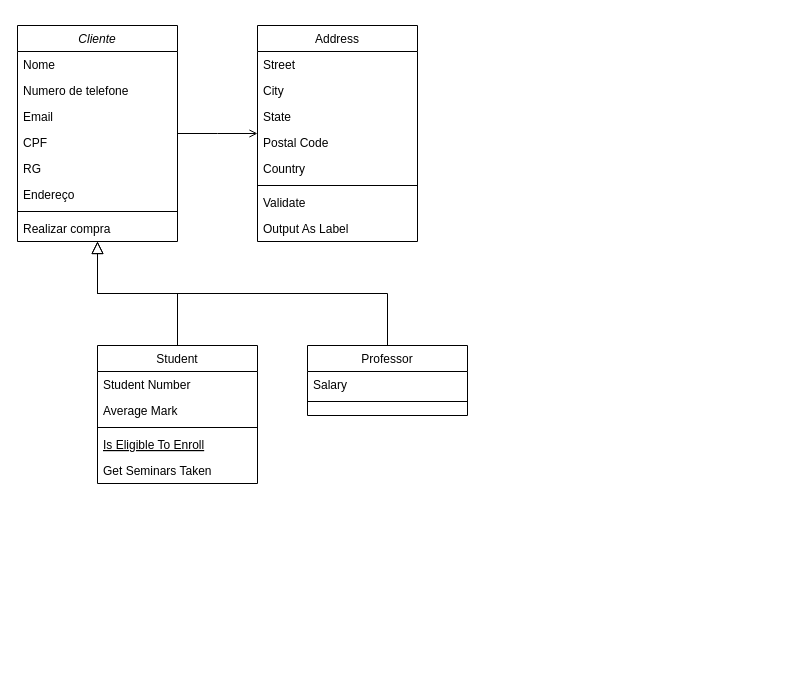
The draw.io diagram docs/Diagrama_de_classes.drawio in vnsrz/MDS-Flux, before the edit. Source tidied: cells renumbered, new cells numbered last; positions are measured from the earlier drawing's top-left corner, leaving out a move shared by most shapes. Both pictures are drawn from the tidied source at 100%, with x=0, y=0 at pixel (17, 25).
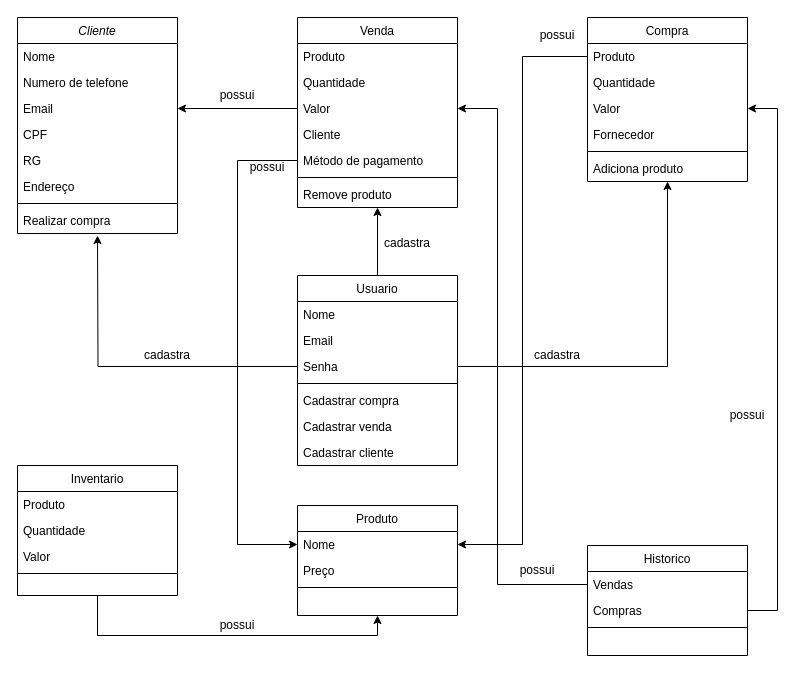
The same diagram, later.

Unchanged cells that the change refers to:
```xml
<mxCell id="5" value="Email" style="text;align=left;verticalAlign=top;spacingLeft=4;spacingRight=4;overflow=hidden;points=[[0,0.5],[1,0.5]];portConstraint=eastwest;rounded=0;shadow=0;html=0;" parent="2" vertex="1">
  <mxGeometry y="78" width="160" height="26" as="geometry" />
</mxCell>
```

What changed in the source:
```diff
@@
     <mxCell id="2" value="Cliente" style="swimlane;fontStyle=2;align=center;verticalAlign=top;horizontal=1;startSize=26;rounded=0;shadow=0;strokeWidth=1;" parent="1" vertex="1">
-      <mxGeometry width="160" height="216" as="geometry" />
+      <mxGeometry y="-8" width="160" height="216" as="geometry" />
     </mxCell>
@@
+    <mxCell id="32" style="edgeStyle=orthogonalEdgeStyle;rounded=0;jettySize=auto;html=1;exitX=0.5;exitY=1;exitDx=0;exitDy=0;entryX=0.5;entryY=1;entryDx=0;entryDy=0;" parent="1" edge="1" source="11" target="22">
+      <mxGeometry relative="1" as="geometry" />
+    </mxCell>
-    <mxCell id="11" value="Student" style="swimlane;fontStyle=0;align=center;verticalAlign=top;horizontal=1;startSize=26;rounded=0;shadow=0;strokeWidth=1;" parent="1" vertex="1">
-      <mxGeometry x="80" y="320" width="160" height="138" as="geometry" />
+    <mxCell id="11" value="Inventario" style="swimlane;fontStyle=0;align=center;verticalAlign=top;horizontal=1;startSize=26;rounded=0;shadow=0;strokeWidth=1;" parent="1" vertex="1">
+      <mxGeometry y="440" width="160" height="130" as="geometry" />
     </mxCell>
-    <mxCell id="12" value="Student Number" style="text;align=left;verticalAlign=top;spacingLeft=4;spacingRight=4;overflow=hidden;" parent="11" vertex="1">
+    <mxCell id="12" value="Produto" style="text;align=left;verticalAlign=top;spacingLeft=4;spacingRight=4;overflow=hidden;" parent="11" vertex="1">
       <mxGeometry y="26" width="160" height="26" as="geometry" />
     </mxCell>
-    <mxCell id="13" value="Average Mark" style="text;align=left;verticalAlign=top;spacingLeft=4;spacingRight=4;overflow=hidden;rounded=0;shadow=0;html=0;" parent="11" vertex="1">
+    <mxCell id="13" value="Quantidade" style="text;align=left;verticalAlign=top;spacingLeft=4;spacingRight=4;overflow=hidden;rounded=0;shadow=0;html=0;" parent="11" vertex="1">
       <mxGeometry y="52" width="160" height="26" as="geometry" />
     </mxCell>
+    <mxCell id="33" value="Valor" style="text;align=left;verticalAlign=top;spacingLeft=4;spacingRight=4;overflow=hidden;rounded=0;shadow=0;html=0;" parent="11" vertex="1">
+      <mxGeometry y="78" width="160" height="26" as="geometry" />
+    </mxCell>
     <mxCell id="14" style="line;html=1;strokeWidth=1;align=left;verticalAlign=middle;spacingTop=-1;spacingLeft=3;spacingRight=3;labelPosition=right;" parent="11" vertex="1">
-      <mxGeometry y="78" width="160" height="8" as="geometry" />
+      <mxGeometry y="104" width="160" height="8" as="geometry" />
     </mxCell>
-    <mxCell id="15" value="Is Eligible To Enroll" style="text;align=left;verticalAlign=top;spacingLeft=4;spacingRight=4;overflow=hidden;fontStyle=4;" parent="11" vertex="1">
-      <mxGeometry y="86" width="160" height="26" as="geometry" />
-    </mxCell>
-    <mxCell id="16" value="Get Seminars Taken" style="text;align=left;verticalAlign=top;spacingLeft=4;spacingRight=4;overflow=hidden;" parent="11" vertex="1">
-      <mxGeometry y="112" width="160" height="26" as="geometry" />
-    </mxCell>
-    <mxCell id="17" style="endArrow=block;endSize=10;endFill=0;shadow=0;strokeWidth=1;rounded=0;edgeStyle=elbowEdgeStyle;elbow=vertical;" parent="1" edge="1" source="11" target="2">
-      <mxGeometry relative="1" as="geometry" />
-    </mxCell>
+    <mxCell id="34" style="edgeStyle=orthogonalEdgeStyle;rounded=0;jettySize=auto;html=1;exitX=0.5;exitY=0;exitDx=0;exitDy=0;entryX=0.5;entryY=1;entryDx=0;entryDy=0;" parent="1" edge="1" source="18" target="41">
+      <mxGeometry relative="1" as="geometry" />
+    </mxCell>
-    <mxCell id="18" value="Professor" style="swimlane;fontStyle=0;align=center;verticalAlign=top;horizontal=1;startSize=26;rounded=0;shadow=0;strokeWidth=1;" parent="1" vertex="1">
-      <mxGeometry x="290" y="320" width="160" height="70" as="geometry" />
+    <mxCell id="18" value="Usuario" style="swimlane;fontStyle=0;align=center;verticalAlign=top;horizontal=1;startSize=26;rounded=0;shadow=0;strokeWidth=1;" parent="1" vertex="1">
+      <mxGeometry x="280" y="250" width="160" height="190" as="geometry" />
     </mxCell>
-    <mxCell id="19" value="Salary" style="text;align=left;verticalAlign=top;spacingLeft=4;spacingRight=4;overflow=hidden;" parent="18" vertex="1">
+    <mxCell id="19" value="Nome" style="text;align=left;verticalAlign=top;spacingLeft=4;spacingRight=4;overflow=hidden;" parent="18" vertex="1">
       <mxGeometry y="26" width="160" height="26" as="geometry" />
     </mxCell>
+    <mxCell id="35" value="Email" style="text;align=left;verticalAlign=top;spacingLeft=4;spacingRight=4;overflow=hidden;" parent="18" vertex="1">
+      <mxGeometry y="52" width="160" height="26" as="geometry" />
+    </mxCell>
+    <mxCell id="36" value="Senha" style="text;align=left;verticalAlign=top;spacingLeft=4;spacingRight=4;overflow=hidden;points=[[0,0.5],[1,0.5]];portConstraint=eastwest;" parent="18" vertex="1">
+      <mxGeometry y="78" width="160" height="26" as="geometry" />
+    </mxCell>
     <mxCell id="20" style="line;html=1;strokeWidth=1;align=left;verticalAlign=middle;spacingTop=-1;spacingLeft=3;spacingRight=3;labelPosition=right;" parent="18" vertex="1">
-      <mxGeometry y="52" width="160" height="8" as="geometry" />
+      <mxGeometry y="104" width="160" height="8" as="geometry" />
     </mxCell>
-    <mxCell id="21" style="endArrow=block;endSize=10;endFill=0;shadow=0;strokeWidth=1;rounded=0;edgeStyle=elbowEdgeStyle;elbow=vertical;" parent="1" edge="1" source="18" target="2">
-      <mxGeometry relative="1" as="geometry" />
-    </mxCell>
+    <mxCell id="37" value="Cadastrar compra" style="text;align=left;verticalAlign=top;spacingLeft=4;spacingRight=4;overflow=hidden;" parent="18" vertex="1">
+      <mxGeometry y="112" width="160" height="26" as="geometry" />
+    </mxCell>
+    <mxCell id="38" value="Cadastrar venda" style="text;align=left;verticalAlign=top;spacingLeft=4;spacingRight=4;overflow=hidden;" parent="18" vertex="1">
+      <mxGeometry y="138" width="160" height="26" as="geometry" />
+    </mxCell>
+    <mxCell id="39" value="Cadastrar cliente" style="text;align=left;verticalAlign=top;spacingLeft=4;spacingRight=4;overflow=hidden;" parent="18" vertex="1">
+      <mxGeometry y="164" width="160" height="26" as="geometry" />
+    </mxCell>
-    <mxCell id="22" value="Address" style="swimlane;fontStyle=0;align=center;verticalAlign=top;horizontal=1;startSize=26;rounded=0;shadow=0;strokeWidth=1;" parent="1" vertex="1">
-      <mxGeometry x="240" width="160" height="216" as="geometry" />
+    <mxCell id="22" value="Produto" style="swimlane;fontStyle=0;align=center;verticalAlign=top;horizontal=1;startSize=26;rounded=0;shadow=0;strokeWidth=1;" parent="1" vertex="1">
+      <mxGeometry x="280" y="480" width="160" height="110" as="geometry" />
     </mxCell>
+    <mxCell id="24" value="Nome" style="text;align=left;verticalAlign=top;spacingLeft=4;spacingRight=4;overflow=hidden;points=[[0,0.5],[1,0.5]];portConstraint=eastwest;rounded=0;shadow=0;html=0;" parent="22" vertex="1">
+      <mxGeometry y="26" width="160" height="26" as="geometry" />
+    </mxCell>
-    <mxCell id="23" value="Street" style="text;align=left;verticalAlign=top;spacingLeft=4;spacingRight=4;overflow=hidden;" parent="22" vertex="1">
-      <mxGeometry y="26" width="160" height="26" as="geometry" />
+    <mxCell id="23" value="Preço" style="text;align=left;verticalAlign=top;spacingLeft=4;spacingRight=4;overflow=hidden;" parent="22" vertex="1">
+      <mxGeometry y="52" width="160" height="26" as="geometry" />
     </mxCell>
-    <mxCell id="24" value="City" style="text;align=left;verticalAlign=top;spacingLeft=4;spacingRight=4;overflow=hidden;points=[[0,0.5],[1,0.5]];portConstraint=eastwest;rounded=0;shadow=0;html=0;" parent="22" vertex="1">
-      <mxGeometry y="52" width="160" height="26" as="geometry" />
-    </mxCell>
-    <mxCell id="25" value="State" style="text;align=left;verticalAlign=top;spacingLeft=4;spacingRight=4;overflow=hidden;rounded=0;shadow=0;html=0;" parent="22" vertex="1">
-      <mxGeometry y="78" width="160" height="26" as="geometry" />
-    </mxCell>
-    <mxCell id="26" value="Postal Code" style="text;align=left;verticalAlign=top;spacingLeft=4;spacingRight=4;overflow=hidden;rounded=0;shadow=0;html=0;" parent="22" vertex="1">
-      <mxGeometry y="104" width="160" height="26" as="geometry" />
-    </mxCell>
-    <mxCell id="27" value="Country" style="text;align=left;verticalAlign=top;spacingLeft=4;spacingRight=4;overflow=hidden;rounded=0;shadow=0;html=0;" parent="22" vertex="1">
-      <mxGeometry y="130" width="160" height="26" as="geometry" />
-    </mxCell>
     <mxCell id="28" style="line;html=1;strokeWidth=1;align=left;verticalAlign=middle;spacingTop=-1;spacingLeft=3;spacingRight=3;labelPosition=right;" parent="22" vertex="1">
-      <mxGeometry y="156" width="160" height="8" as="geometry" />
+      <mxGeometry y="78" width="160" height="8" as="geometry" />
     </mxCell>
-    <mxCell id="29" value="Validate" style="text;align=left;verticalAlign=top;spacingLeft=4;spacingRight=4;overflow=hidden;" parent="22" vertex="1">
-      <mxGeometry y="164" width="160" height="26" as="geometry" />
-    </mxCell>
-    <mxCell id="30" value="Output As Label" style="text;align=left;verticalAlign=top;spacingLeft=4;spacingRight=4;overflow=hidden;" parent="22" vertex="1">
-      <mxGeometry y="190" width="160" height="26" as="geometry" />
-    </mxCell>
-    <mxCell id="31" style="endArrow=open;shadow=0;strokeWidth=1;rounded=0;endFill=1;edgeStyle=elbowEdgeStyle;elbow=vertical;" parent="1" edge="1" source="2" target="22">
-      <mxGeometry x="0.5" y="41" relative="1" as="geometry">
-        <mxPoint x="-40" y="32" as="offset" />
-      </mxGeometry>
-    </mxCell>
+    <mxCell id="40" style="edgeStyle=orthogonalEdgeStyle;rounded=0;jettySize=auto;html=1;exitX=0;exitY=0.5;exitDx=0;exitDy=0;entryX=0;entryY=0.5;entryDx=0;entryDy=0;" parent="1" edge="1" source="46" target="24">
+      <mxGeometry relative="1" as="geometry">
+        <Array as="points">
+          <mxPoint x="220" y="135" />
+          <mxPoint x="220" y="519" />
+        </Array>
+      </mxGeometry>
+    </mxCell>
+    <mxCell id="41" value="Venda" style="swimlane;fontStyle=0;align=center;verticalAlign=top;horizontal=1;startSize=26;rounded=0;shadow=0;strokeWidth=1;" parent="1" vertex="1">
+      <mxGeometry x="280" y="-8" width="160" height="190" as="geometry" />
+    </mxCell>
+    <mxCell id="42" value="Produto" style="text;align=left;verticalAlign=top;spacingLeft=4;spacingRight=4;overflow=hidden;" parent="41" vertex="1">
+      <mxGeometry y="26" width="160" height="26" as="geometry" />
+    </mxCell>
+    <mxCell id="43" value="Quantidade" style="text;align=left;verticalAlign=top;spacingLeft=4;spacingRight=4;overflow=hidden;rounded=0;shadow=0;html=0;" parent="41" vertex="1">
+      <mxGeometry y="52" width="160" height="26" as="geometry" />
+    </mxCell>
+    <mxCell id="44" value="Valor" style="text;align=left;verticalAlign=top;spacingLeft=4;spacingRight=4;overflow=hidden;points=[[0,0.5],[1,0.5]];portConstraint=eastwest;rounded=0;shadow=0;html=0;" parent="41" vertex="1">
+      <mxGeometry y="78" width="160" height="26" as="geometry" />
+    </mxCell>
+    <mxCell id="45" value="Cliente" style="text;align=left;verticalAlign=top;spacingLeft=4;spacingRight=4;overflow=hidden;rounded=0;shadow=0;html=0;" parent="41" vertex="1">
+      <mxGeometry y="104" width="160" height="26" as="geometry" />
+    </mxCell>
+    <mxCell id="46" value="Método de pagamento" style="text;align=left;verticalAlign=top;spacingLeft=4;spacingRight=4;overflow=hidden;points=[[0,0.5],[1,0.5]];portConstraint=eastwest;rounded=0;shadow=0;html=0;" parent="41" vertex="1">
+      <mxGeometry y="130" width="160" height="26" as="geometry" />
+    </mxCell>
+    <mxCell id="47" style="line;html=1;strokeWidth=1;align=left;verticalAlign=middle;spacingTop=-1;spacingLeft=3;spacingRight=3;labelPosition=right;" parent="41" vertex="1">
+      <mxGeometry y="156" width="160" height="8" as="geometry" />
+    </mxCell>
+    <mxCell id="48" value="Remove produto" style="text;align=left;verticalAlign=top;spacingLeft=4;spacingRight=4;overflow=hidden;rounded=0;shadow=0;html=0;" parent="41" vertex="1">
+      <mxGeometry y="164" width="160" height="26" as="geometry" />
+    </mxCell>
+    <mxCell id="49" value="Compra" style="swimlane;fontStyle=0;align=center;verticalAlign=top;horizontal=1;startSize=26;rounded=0;shadow=0;strokeWidth=1;" parent="1" vertex="1">
+      <mxGeometry x="570" y="-8" width="160" height="164" as="geometry" />
+    </mxCell>
+    <mxCell id="50" value="Produto" style="text;align=left;verticalAlign=top;spacingLeft=4;spacingRight=4;overflow=hidden;points=[[0,0.5],[1,0.5]];portConstraint=eastwest;" parent="49" vertex="1">
+      <mxGeometry y="26" width="160" height="26" as="geometry" />
+    </mxCell>
+    <mxCell id="51" value="Quantidade" style="text;align=left;verticalAlign=top;spacingLeft=4;spacingRight=4;overflow=hidden;rounded=0;shadow=0;html=0;" parent="49" vertex="1">
+      <mxGeometry y="52" width="160" height="26" as="geometry" />
+    </mxCell>
+    <mxCell id="52" value="Valor" style="text;align=left;verticalAlign=top;spacingLeft=4;spacingRight=4;overflow=hidden;points=[[0,0.5],[1,0.5]];portConstraint=eastwest;rounded=0;shadow=0;html=0;" parent="49" vertex="1">
+      <mxGeometry y="78" width="160" height="26" as="geometry" />
+    </mxCell>
+    <mxCell id="53" value="Fornecedor" style="text;align=left;verticalAlign=top;spacingLeft=4;spacingRight=4;overflow=hidden;rounded=0;shadow=0;html=0;" parent="49" vertex="1">
+      <mxGeometry y="104" width="160" height="26" as="geometry" />
+    </mxCell>
+    <mxCell id="54" style="line;html=1;strokeWidth=1;align=left;verticalAlign=middle;spacingTop=-1;spacingLeft=3;spacingRight=3;labelPosition=right;" parent="49" vertex="1">
+      <mxGeometry y="130" width="160" height="8" as="geometry" />
+    </mxCell>
+    <mxCell id="55" value="Adiciona produto" style="text;align=left;verticalAlign=top;spacingLeft=4;spacingRight=4;overflow=hidden;rounded=0;shadow=0;html=0;" parent="49" vertex="1">
+      <mxGeometry y="138" width="160" height="26" as="geometry" />
+    </mxCell>
+    <mxCell id="56" style="edgeStyle=orthogonalEdgeStyle;rounded=0;jettySize=auto;html=1;exitX=0;exitY=0.5;exitDx=0;exitDy=0;" parent="1" edge="1" source="36">
+      <mxGeometry relative="1" as="geometry">
+        <mxPoint x="80" y="210" as="targetPoint" />
+      </mxGeometry>
+    </mxCell>
+    <mxCell id="57" value="cadastra" style="text;html=1;strokeColor=none;fillColor=none;align=center;verticalAlign=middle;whiteSpace=wrap;rounded=0;" parent="1" vertex="1">
+      <mxGeometry x="130" y="320" width="40" height="20" as="geometry" />
+    </mxCell>
+    <mxCell id="58" value="cadastra" style="text;html=1;strokeColor=none;fillColor=none;align=center;verticalAlign=middle;whiteSpace=wrap;rounded=0;" parent="1" vertex="1">
+      <mxGeometry x="370" y="208" width="40" height="20" as="geometry" />
+    </mxCell>
+    <mxCell id="59" value="cadastra" style="text;html=1;strokeColor=none;fillColor=none;align=center;verticalAlign=middle;whiteSpace=wrap;rounded=0;" parent="1" vertex="1">
+      <mxGeometry x="520" y="320" width="40" height="20" as="geometry" />
+    </mxCell>
+    <mxCell id="60" style="edgeStyle=orthogonalEdgeStyle;rounded=0;jettySize=auto;html=1;exitX=1;exitY=0.5;exitDx=0;exitDy=0;entryX=1;entryY=0.5;entryDx=0;entryDy=0;" parent="1" edge="1" source="63" target="52">
+      <mxGeometry relative="1" as="geometry">
+        <Array as="points">
+          <mxPoint x="760" y="585" />
+          <mxPoint x="760" y="83" />
+        </Array>
+      </mxGeometry>
+    </mxCell>
+    <mxCell id="61" value="Historico" style="swimlane;fontStyle=0;align=center;verticalAlign=top;horizontal=1;startSize=26;rounded=0;shadow=0;strokeWidth=1;" parent="1" vertex="1">
+      <mxGeometry x="570" y="520" width="160" height="110" as="geometry" />
+    </mxCell>
+    <mxCell id="62" value="Vendas" style="text;align=left;verticalAlign=top;spacingLeft=4;spacingRight=4;overflow=hidden;points=[[0,0.5],[1,0.5]];portConstraint=eastwest;rounded=0;shadow=0;html=0;" parent="61" vertex="1">
+      <mxGeometry y="26" width="160" height="26" as="geometry" />
+    </mxCell>
+    <mxCell id="63" value="Compras" style="text;align=left;verticalAlign=top;spacingLeft=4;spacingRight=4;overflow=hidden;points=[[0,0.5],[1,0.5]];portConstraint=eastwest;" parent="61" vertex="1">
+      <mxGeometry y="52" width="160" height="26" as="geometry" />
+    </mxCell>
+    <mxCell id="64" style="line;html=1;strokeWidth=1;align=left;verticalAlign=middle;spacingTop=-1;spacingLeft=3;spacingRight=3;labelPosition=right;" parent="61" vertex="1">
+      <mxGeometry y="78" width="160" height="8" as="geometry" />
+    </mxCell>
+    <mxCell id="65" style="edgeStyle=orthogonalEdgeStyle;rounded=0;jettySize=auto;html=1;exitX=1;exitY=0.5;exitDx=0;exitDy=0;entryX=0.5;entryY=1;entryDx=0;entryDy=0;" parent="1" edge="1" source="36" target="49">
+      <mxGeometry relative="1" as="geometry" />
+    </mxCell>
+    <mxCell id="66" style="edgeStyle=orthogonalEdgeStyle;rounded=0;jettySize=auto;html=1;exitX=0;exitY=0.5;exitDx=0;exitDy=0;entryX=1;entryY=0.5;entryDx=0;entryDy=0;" parent="1" edge="1" source="44" target="5">
+      <mxGeometry relative="1" as="geometry" />
+    </mxCell>
+    <mxCell id="67" value="possui" style="text;html=1;strokeColor=none;fillColor=none;align=center;verticalAlign=middle;whiteSpace=wrap;rounded=0;" parent="1" vertex="1">
+      <mxGeometry x="200" y="60" width="40" height="20" as="geometry" />
+    </mxCell>
+    <mxCell id="68" value="possui" style="text;html=1;strokeColor=none;fillColor=none;align=center;verticalAlign=middle;whiteSpace=wrap;rounded=0;" parent="1" vertex="1">
+      <mxGeometry x="200" y="590" width="40" height="20" as="geometry" />
+    </mxCell>
+    <mxCell id="69" style="edgeStyle=orthogonalEdgeStyle;rounded=0;jettySize=auto;html=1;exitX=0;exitY=0.5;exitDx=0;exitDy=0;entryX=1;entryY=0.5;entryDx=0;entryDy=0;" parent="1" edge="1" source="62" target="44">
+      <mxGeometry relative="1" as="geometry">
+        <Array as="points">
+          <mxPoint x="480" y="559" />
+          <mxPoint x="480" y="83" />
+        </Array>
+      </mxGeometry>
+    </mxCell>
+    <mxCell id="70" value="possui" style="text;html=1;strokeColor=none;fillColor=none;align=center;verticalAlign=middle;whiteSpace=wrap;rounded=0;" parent="1" vertex="1">
+      <mxGeometry x="500" y="535" width="40" height="20" as="geometry" />
+    </mxCell>
+    <mxCell id="71" value="possui" style="text;html=1;strokeColor=none;fillColor=none;align=center;verticalAlign=middle;whiteSpace=wrap;rounded=0;" parent="1" vertex="1">
+      <mxGeometry x="710" y="380" width="40" height="20" as="geometry" />
+    </mxCell>
+    <mxCell id="72" style="edgeStyle=orthogonalEdgeStyle;rounded=0;jettySize=auto;html=1;exitX=0;exitY=0.5;exitDx=0;exitDy=0;entryX=1;entryY=0.5;entryDx=0;entryDy=0;" parent="1" edge="1" source="50" target="24">
+      <mxGeometry relative="1" as="geometry" />
+    </mxCell>
+    <mxCell id="73" value="possui" style="text;html=1;strokeColor=none;fillColor=none;align=center;verticalAlign=middle;whiteSpace=wrap;rounded=0;" parent="1" vertex="1">
+      <mxGeometry x="230" y="132" width="40" height="20" as="geometry" />
+    </mxCell>
+    <mxCell id="74" value="possui" style="text;html=1;strokeColor=none;fillColor=none;align=center;verticalAlign=middle;whiteSpace=wrap;rounded=0;" parent="1" vertex="1">
+      <mxGeometry x="520" width="40" height="20" as="geometry" />
+    </mxCell>
```
